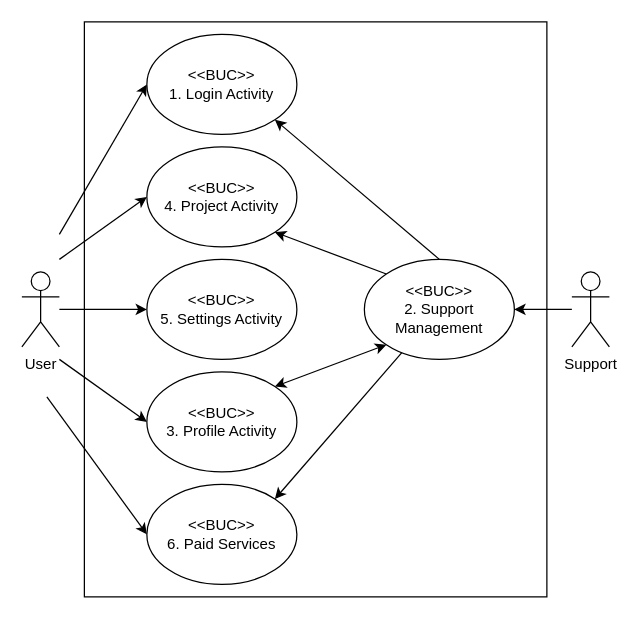
Above: page "Page-1" (1 of 2) of BUC Diagram.drawio in Itaybarbar/myProject (draw.io), before the change. Source tidied: cells renumbered, new cells numbered last; positions are measured from the earlier drawing's top-left corner, leaving out a move shared by most shapes. Both pictures are drawn from the tidied source at 125%, with x=0, y=0 at pixel (21, 21).
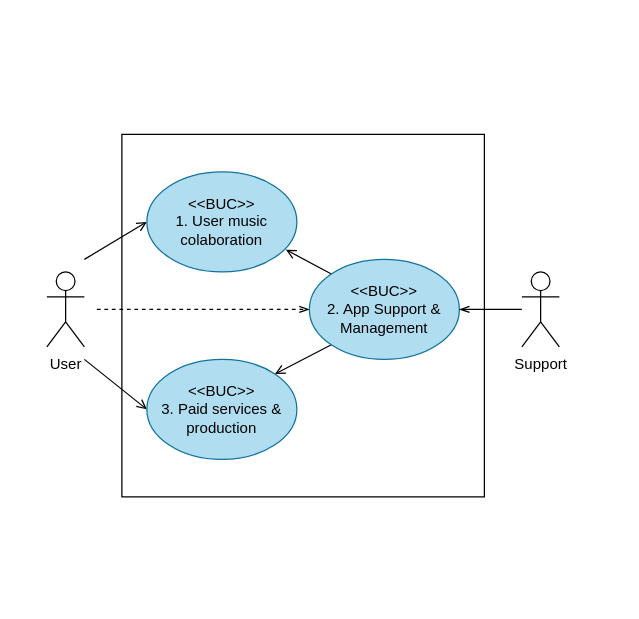
Above is the later version.

The edit, as a diff of the source:
```diff
@@
     <mxCell id="2" style="rounded=0;whiteSpace=wrap;html=1;" parent="1" vertex="1">
-      <mxGeometry x="50" width="370" height="460" as="geometry" />
+      <mxGeometry x="80" y="90" width="290" height="290" as="geometry" />
     </mxCell>
-    <mxCell id="3" style="rounded=0;jettySize=auto;html=1;entryX=0;entryY=0.5;entryDx=0;entryDy=0;" parent="1" edge="1" target="13">
-      <mxGeometry relative="1" as="geometry">
-        <mxPoint x="30" y="170" as="sourcePoint" />
-      </mxGeometry>
-    </mxCell>
-    <mxCell id="4" style="edgeStyle=none;rounded=0;jettySize=auto;html=1;entryX=0;entryY=0.5;entryDx=0;entryDy=0;" parent="1" edge="1" target="15">
-      <mxGeometry relative="1" as="geometry">
-        <mxPoint x="30" y="190" as="sourcePoint" />
-      </mxGeometry>
-    </mxCell>
-    <mxCell id="5" style="edgeStyle=none;rounded=0;jettySize=auto;html=1;entryX=0;entryY=0.5;entryDx=0;entryDy=0;" parent="1" edge="1" target="14">
-      <mxGeometry relative="1" as="geometry">
-        <mxPoint x="30" y="230" as="sourcePoint" />
-      </mxGeometry>
-    </mxCell>
-    <mxCell id="6" style="edgeStyle=none;rounded=0;jettySize=auto;html=1;entryX=0;entryY=0.5;entryDx=0;entryDy=0;" parent="1" edge="1" target="17">
-      <mxGeometry relative="1" as="geometry">
-        <mxPoint x="30" y="270" as="sourcePoint" />
-      </mxGeometry>
-    </mxCell>
-    <mxCell id="7" style="edgeStyle=none;rounded=0;jettySize=auto;html=1;entryX=0;entryY=0.5;entryDx=0;entryDy=0;" parent="1" edge="1" target="16">
-      <mxGeometry relative="1" as="geometry">
-        <mxPoint x="20" y="300" as="sourcePoint" />
-      </mxGeometry>
-    </mxCell>
+    <mxCell id="21" style="edgeStyle=none;rounded=0;jettySize=auto;html=1;entryX=0;entryY=0.5;entryDx=0;entryDy=0;endArrow=open;endFill=0;" parent="1" edge="1" target="13">
+      <mxGeometry relative="1" as="geometry">
+        <mxPoint x="50" y="190" as="sourcePoint" />
+      </mxGeometry>
+    </mxCell>
+    <mxCell id="22" style="edgeStyle=none;rounded=0;jettySize=auto;html=1;entryX=0;entryY=0.5;entryDx=0;entryDy=0;endArrow=open;endFill=0;" parent="1" edge="1" target="15">
+      <mxGeometry relative="1" as="geometry">
+        <mxPoint x="50" y="270" as="sourcePoint" />
+      </mxGeometry>
+    </mxCell>
+    <mxCell id="23" style="edgeStyle=none;rounded=0;jettySize=auto;html=1;entryX=0;entryY=0.5;entryDx=0;entryDy=0;endArrow=openThin;endFill=0;dashed=1;" parent="1" edge="1" target="12">
+      <mxGeometry relative="1" as="geometry">
+        <mxPoint x="60" y="230" as="sourcePoint" />
+      </mxGeometry>
+    </mxCell>
     <mxCell id="8" value="User" style="shape=umlActor;verticalLabelPosition=bottom;verticalAlign=top;html=1;" parent="1" vertex="1">
-      <mxGeometry y="200" width="30" height="60" as="geometry" />
+      <mxGeometry x="20" y="200" width="30" height="60" as="geometry" />
     </mxCell>
-    <mxCell id="9" style="rounded=0;jettySize=auto;html=1;entryX=1;entryY=0;entryDx=0;entryDy=0;" parent="1" edge="1" source="12" target="16">
-      <mxGeometry relative="1" as="geometry" />
-    </mxCell>
+    <mxCell id="11" style="edgeStyle=none;rounded=0;jettySize=auto;html=1;exitX=0;exitY=0;exitDx=0;exitDy=0;entryX=0.927;entryY=0.778;entryDx=0;entryDy=0;entryPerimeter=0;endArrow=open;endFill=0;" parent="1" edge="1" source="12" target="13">
+      <mxGeometry relative="1" as="geometry" />
+    </mxCell>
-    <mxCell id="10" style="edgeStyle=none;rounded=0;jettySize=auto;html=1;exitX=0;exitY=0;exitDx=0;exitDy=0;entryX=1;entryY=1;entryDx=0;entryDy=0;" parent="1" edge="1" source="12" target="15">
+    <mxCell id="10" style="edgeStyle=none;rounded=0;jettySize=auto;html=1;exitX=0;exitY=1;exitDx=0;exitDy=0;entryX=1;entryY=0;entryDx=0;entryDy=0;endArrow=open;endFill=0;" parent="1" edge="1" source="12" target="15">
       <mxGeometry relative="1" as="geometry" />
     </mxCell>
-    <mxCell id="11" style="edgeStyle=none;rounded=0;jettySize=auto;html=1;exitX=0.5;exitY=0;exitDx=0;exitDy=0;entryX=1;entryY=1;entryDx=0;entryDy=0;" parent="1" edge="1" source="12" target="13">
-      <mxGeometry relative="1" as="geometry" />
-    </mxCell>
-    <mxCell id="12" value="&amp;lt;&amp;lt;BUC&amp;gt;&amp;gt;&lt;br&gt;2. Support Management" style="ellipse;whiteSpace=wrap;html=1;" parent="1" vertex="1">
-      <mxGeometry x="274" y="190" width="120" height="80" as="geometry" />
+    <mxCell id="12" value="&amp;lt;&amp;lt;BUC&amp;gt;&amp;gt;&lt;br&gt;2. App Support &amp;amp; Management" style="ellipse;whiteSpace=wrap;html=1;fillColor=#b1ddf0;strokeColor=#10739e;" parent="1" vertex="1">
+      <mxGeometry x="230" y="190" width="120" height="80" as="geometry" />
     </mxCell>
-    <mxCell id="13" value="&amp;lt;&amp;lt;BUC&amp;gt;&amp;gt;&lt;br&gt;1. Login Activity" style="ellipse;whiteSpace=wrap;html=1;" parent="1" vertex="1">
-      <mxGeometry x="100" y="10" width="120" height="80" as="geometry" />
+    <mxCell id="13" value="&amp;lt;&amp;lt;BUC&amp;gt;&amp;gt;&lt;br&gt;1. User music colaboration" style="ellipse;whiteSpace=wrap;html=1;fillColor=#b1ddf0;strokeColor=#10739e;" parent="1" vertex="1">
+      <mxGeometry x="100" y="120" width="120" height="80" as="geometry" />
     </mxCell>
-    <mxCell id="14" value="&amp;lt;&amp;lt;BUC&amp;gt;&amp;gt;&lt;br&gt;5. Settings Activity" style="ellipse;whiteSpace=wrap;html=1;" parent="1" vertex="1">
-      <mxGeometry x="100" y="190" width="120" height="80" as="geometry" />
-    </mxCell>
-    <mxCell id="15" value="&amp;lt;&amp;lt;BUC&amp;gt;&amp;gt;&lt;br&gt;4. Project Activity" style="ellipse;whiteSpace=wrap;html=1;" parent="1" vertex="1">
-      <mxGeometry x="100" y="100" width="120" height="80" as="geometry" />
+    <mxCell id="15" value="&amp;lt;&amp;lt;BUC&amp;gt;&amp;gt;&lt;br&gt;3. Paid services &amp;amp; production" style="ellipse;whiteSpace=wrap;html=1;fillColor=#b1ddf0;strokeColor=#10739e;" parent="1" vertex="1">
+      <mxGeometry x="100" y="270" width="120" height="80" as="geometry" />
     </mxCell>
-    <mxCell id="16" value="&amp;lt;&amp;lt;BUC&amp;gt;&amp;gt;&lt;br&gt;6. Paid Services" style="ellipse;whiteSpace=wrap;html=1;" parent="1" vertex="1">
-      <mxGeometry x="100" y="370" width="120" height="80" as="geometry" />
-    </mxCell>
-    <mxCell id="17" value="&amp;lt;&amp;lt;BUC&amp;gt;&amp;gt;&lt;br&gt;3. Profile Activity" style="ellipse;whiteSpace=wrap;html=1;" parent="1" vertex="1">
-      <mxGeometry x="100" y="280" width="120" height="80" as="geometry" />
-    </mxCell>
-    <mxCell id="18" style="edgeStyle=none;rounded=0;jettySize=auto;html=1;entryX=1;entryY=0.5;entryDx=0;entryDy=0;" parent="1" edge="1" target="12">
+    <mxCell id="18" style="edgeStyle=none;rounded=0;jettySize=auto;html=1;entryX=1;entryY=0.5;entryDx=0;entryDy=0;endArrow=openThin;endFill=0;" parent="1" edge="1" target="12">
       <mxGeometry relative="1" as="geometry">
-        <mxPoint x="440" y="230" as="sourcePoint" />
+        <mxPoint x="400" y="230" as="sourcePoint" />
       </mxGeometry>
     </mxCell>
     <mxCell id="19" value="Support" style="shape=umlActor;verticalLabelPosition=bottom;verticalAlign=top;html=1;" parent="1" vertex="1">
-      <mxGeometry x="440" y="200" width="30" height="60" as="geometry" />
+      <mxGeometry x="400" y="200" width="30" height="60" as="geometry" />
     </mxCell>
-    <mxCell id="20" style="endArrow=classic;startArrow=classic;html=1;rounded=0;exitX=1;exitY=0;exitDx=0;exitDy=0;entryX=0;entryY=1;entryDx=0;entryDy=0;" parent="1" edge="1" source="17" target="12">
-      <mxGeometry relative="1" as="geometry" />
-    </mxCell>
```
